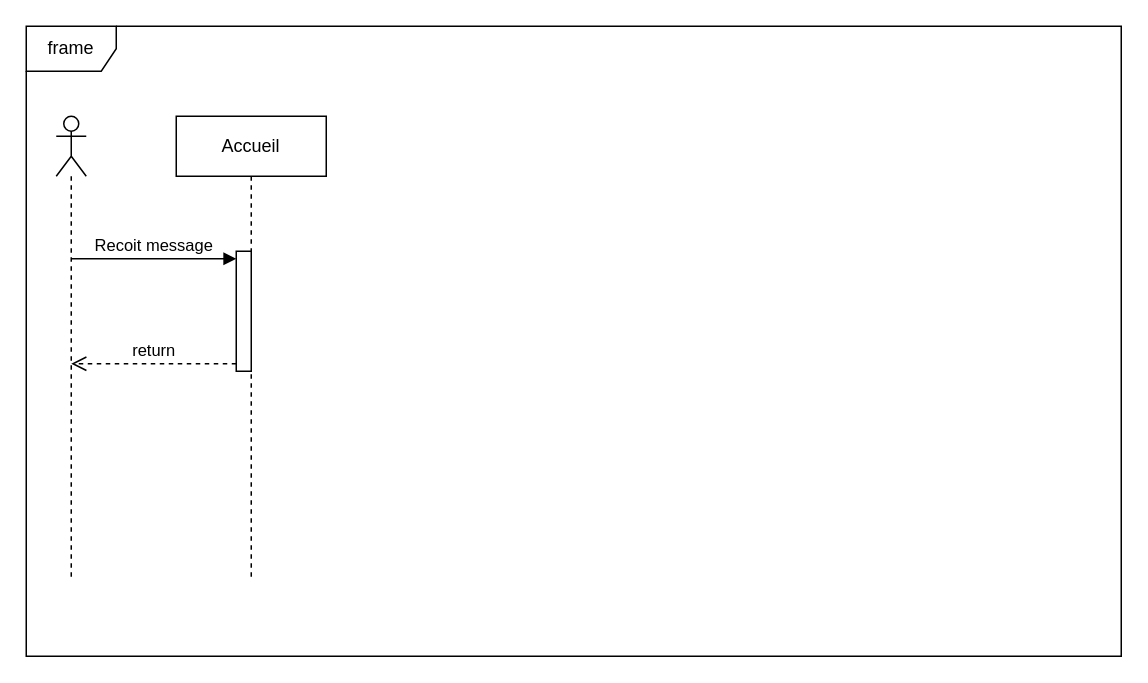
Above: PORTFOLIO.drawio in kairxuu/PORTFOLIO (draw.io), before the change. Source tidied: cells renumbered, new cells numbered last; positions are measured from the earlier drawing's top-left corner, leaving out a move shared by most shapes. Both pictures are drawn from the tidied source at 150%, with x=0, y=0 at pixel (26, 26).
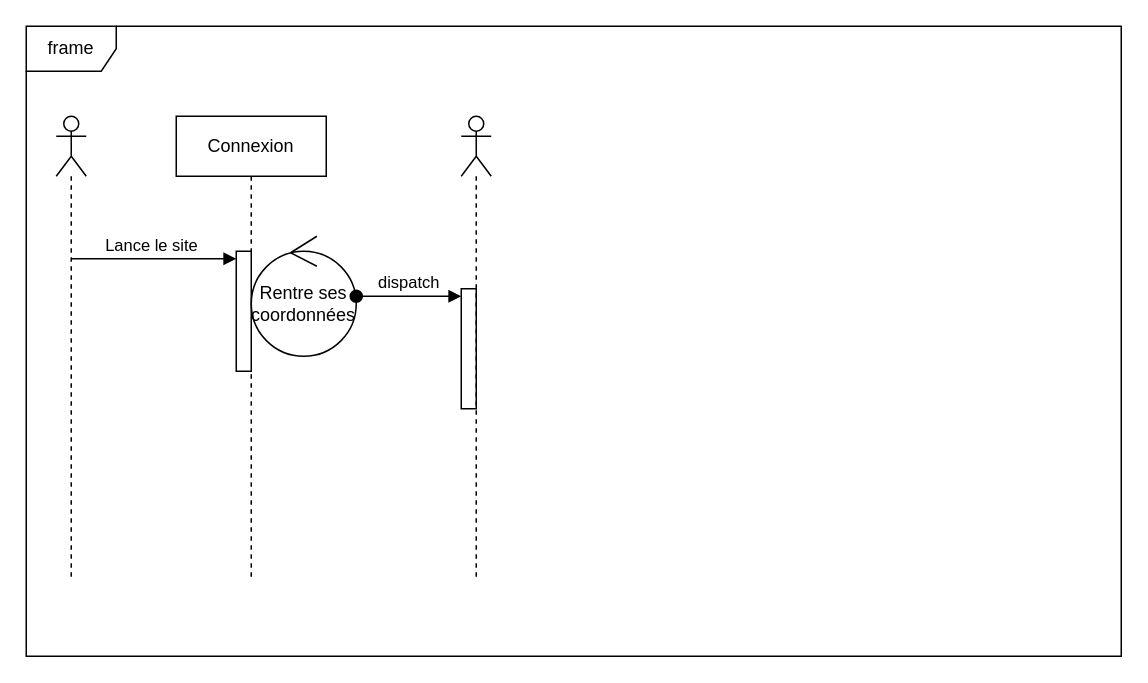
The same page after the edit.

The edit, as a diff of the source:
```diff
@@
 <mxGraphModel>
   <root>
     <mxCell id="0" />
     <mxCell id="1" parent="0" />
     <mxCell id="2" style="shape=umlLifeline;perimeter=lifelinePerimeter;whiteSpace=wrap;html=1;newEdgeStyle={&quot;curved&quot;:0,&quot;rounded&quot;:0};participant=umlActor;" parent="1" vertex="1">
       <mxGeometry x="20" y="60" width="20" height="310" as="geometry" />
     </mxCell>
-    <mxCell id="3" value="Accueil" style="shape=umlLifeline;perimeter=lifelinePerimeter;whiteSpace=wrap;html=1;newEdgeStyle={&quot;curved&quot;:0,&quot;rounded&quot;:0};" parent="1" vertex="1">
+    <mxCell id="3" value="Connexion" style="shape=umlLifeline;perimeter=lifelinePerimeter;whiteSpace=wrap;html=1;newEdgeStyle={&quot;curved&quot;:0,&quot;rounded&quot;:0};" parent="1" vertex="1">
       <mxGeometry x="100" y="60" width="100" height="310" as="geometry" />
     </mxCell>
     <mxCell id="4" value="frame" style="shape=umlFrame;whiteSpace=wrap;html=1;" parent="1" vertex="1">
       <mxGeometry width="730" height="420" as="geometry" />
     </mxCell>
     <mxCell id="5" style="html=1;points=[[0,0,0,0,5],[0,1,0,0,-5],[1,0,0,0,5],[1,1,0,0,-5]];perimeter=orthogonalPerimeter;outlineConnect=0;targetShapes=umlLifeline;portConstraint=eastwest;newEdgeStyle={&quot;curved&quot;:0,&quot;rounded&quot;:0};" parent="1" vertex="1">
       <mxGeometry x="140" y="150" width="10" height="80" as="geometry" />
     </mxCell>
-    <mxCell id="6" value="Recoit message" style="html=1;verticalAlign=bottom;endArrow=block;curved=0;rounded=0;entryX=0;entryY=0;entryDx=0;entryDy=5;" parent="1" edge="1" target="5">
+    <mxCell id="6" value="Lance le site&amp;nbsp;" style="html=1;verticalAlign=bottom;endArrow=block;curved=0;rounded=0;entryX=0;entryY=0;entryDx=0;entryDy=5;" parent="1" edge="1" target="5">
       <mxGeometry relative="1" as="geometry">
         <mxPoint x="30" y="155" as="sourcePoint" />
       </mxGeometry>
     </mxCell>
-    <mxCell id="7" value="return" style="html=1;verticalAlign=bottom;endArrow=open;dashed=1;endSize=8;curved=0;rounded=0;exitX=0;exitY=1;exitDx=0;exitDy=-5;" parent="1" edge="1" source="5">
-      <mxGeometry relative="1" as="geometry">
-        <mxPoint x="30" y="225" as="targetPoint" />
-      </mxGeometry>
-    </mxCell>
+    <mxCell id="8" value="Rentre ses coordonnées" style="ellipse;shape=umlControl;whiteSpace=wrap;html=1;" parent="1" vertex="1">
+      <mxGeometry x="150" y="140" width="70" height="80" as="geometry" />
+    </mxCell>
+    <mxCell id="9" style="html=1;points=[[0,0,0,0,5],[0,1,0,0,-5],[1,0,0,0,5],[1,1,0,0,-5]];perimeter=orthogonalPerimeter;outlineConnect=0;targetShapes=umlLifeline;portConstraint=eastwest;newEdgeStyle={&quot;curved&quot;:0,&quot;rounded&quot;:0};" parent="1" vertex="1">
+      <mxGeometry x="290" y="175" width="10" height="80" as="geometry" />
+    </mxCell>
+    <mxCell id="10" value="dispatch" style="html=1;verticalAlign=bottom;startArrow=oval;endArrow=block;startSize=8;curved=0;rounded=0;entryX=0;entryY=0;entryDx=0;entryDy=5;" parent="1" edge="1" target="9">
+      <mxGeometry relative="1" as="geometry">
+        <mxPoint x="220" y="180" as="sourcePoint" />
+      </mxGeometry>
+    </mxCell>
+    <mxCell id="11" style="shape=umlLifeline;perimeter=lifelinePerimeter;whiteSpace=wrap;html=1;newEdgeStyle={&quot;curved&quot;:0,&quot;rounded&quot;:0};participant=umlActor;" parent="1" vertex="1">
+      <mxGeometry x="290" y="60" width="20" height="310" as="geometry" />
+    </mxCell>
   </root>
 </mxGraphModel>
```
